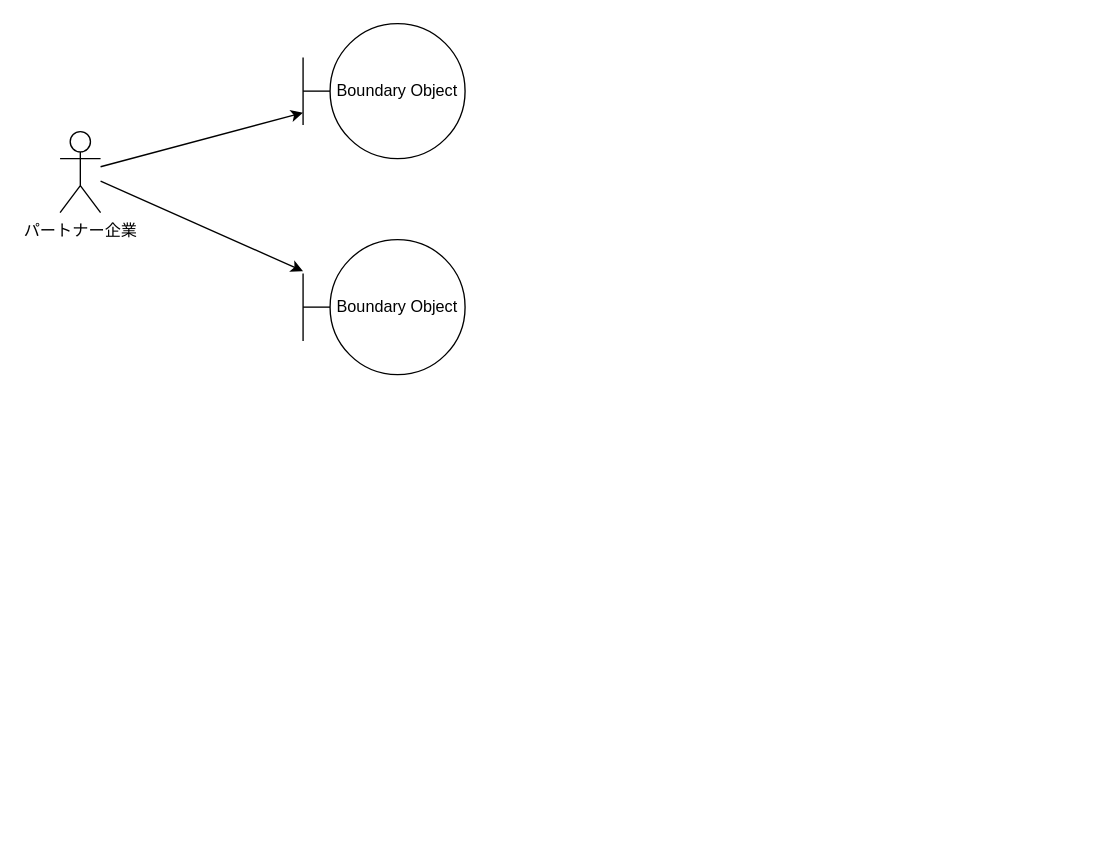
Earlier version of the draw.io diagram page "ログアウト" (7 of 9) of out/ロバストネス図/パートナー企業-ロバストネス図.drawio (ksw2270227/GroupF). Source tidied: cells renumbered, new cells numbered last; positions are measured from the earlier drawing's top-left corner, leaving out a move shared by most shapes. Both pictures are drawn from the tidied source at 135%, with x=0, y=0 at pixel (59, 23).
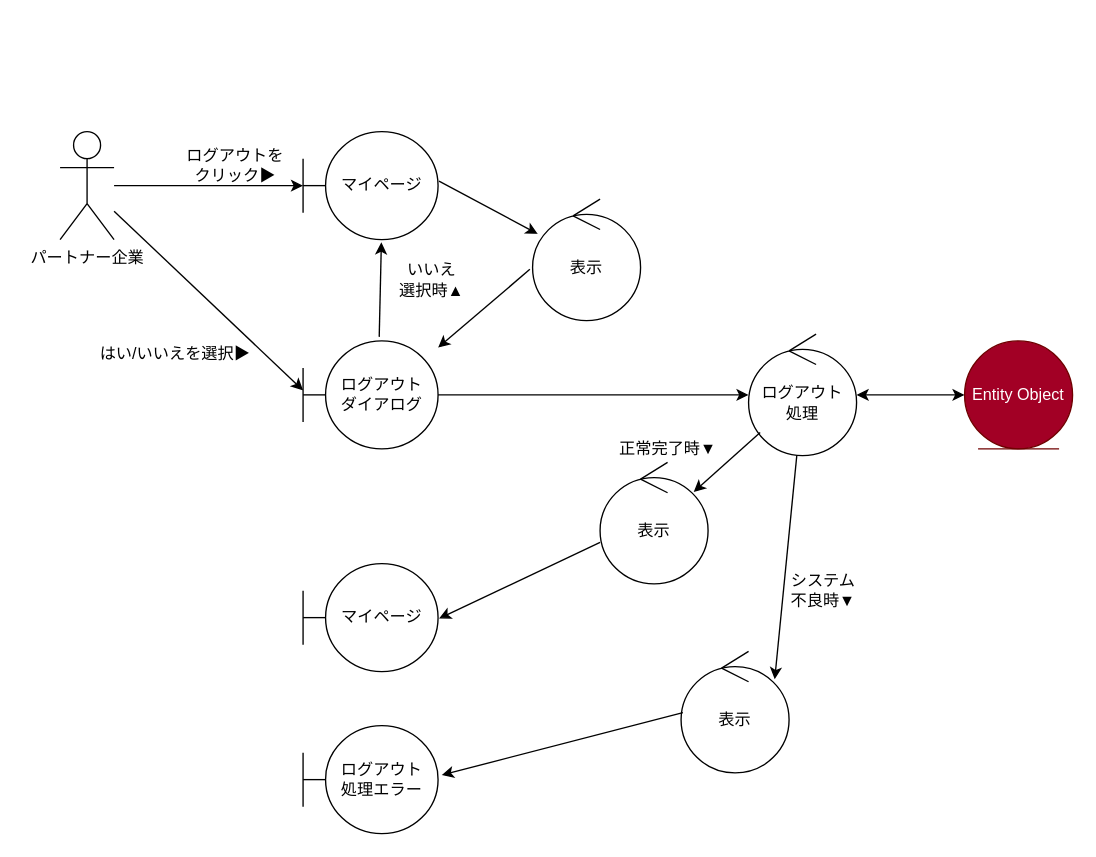
The same page after the edit.

Change to the diagram source:
```diff
@@
-    <mxCell id="2" style="edgeStyle=none;html=1;" parent="1" edge="1" source="4" target="6">
-      <mxGeometry relative="1" as="geometry" />
-    </mxCell>
-    <mxCell id="3" style="edgeStyle=none;html=1;" parent="1" edge="1" source="4" target="5">
-      <mxGeometry relative="1" as="geometry" />
-    </mxCell>
-    <mxCell id="4" value="パートナー企業" style="shape=umlActor;verticalLabelPosition=bottom;verticalAlign=top;html=1;" parent="1" vertex="1">
-      <mxGeometry y="80" width="30" height="60" as="geometry" />
+    <mxCell id="4" value="パートナー企業" style="shape=umlActor;verticalLabelPosition=bottom;verticalAlign=top;html=1;outlineConnect=0;" parent="1" vertex="1">
+      <mxGeometry y="80" width="40" height="80" as="geometry" />
     </mxCell>
-    <mxCell id="5" value="Boundary Object" style="shape=umlBoundary;whiteSpace=wrap;html=1;" parent="1" vertex="1">
-      <mxGeometry x="180" y="160" width="120" height="100" as="geometry" />
-    </mxCell>
-    <mxCell id="6" value="Boundary Object" style="shape=umlBoundary;whiteSpace=wrap;html=1;" parent="1" vertex="1">
-      <mxGeometry x="180" width="120" height="100" as="geometry" />
-    </mxCell>
+    <mxCell id="7" value="表示" style="ellipse;shape=umlControl;whiteSpace=wrap;html=1;" parent="1" vertex="1">
+      <mxGeometry x="350" y="130" width="80" height="90" as="geometry" />
+    </mxCell>
+    <mxCell id="8" value="Entity Object" style="ellipse;shape=umlEntity;whiteSpace=wrap;html=1;fillColor=#a20025;fontColor=#ffffff;strokeColor=#6F0000;" parent="1" vertex="1">
+      <mxGeometry x="670" y="235" width="80" height="80" as="geometry" />
+    </mxCell>
+    <mxCell id="9" value="マイページ" style="shape=umlBoundary;whiteSpace=wrap;html=1;" parent="1" vertex="1">
+      <mxGeometry x="180" y="80" width="100" height="80" as="geometry" />
+    </mxCell>
+    <mxCell id="10" value="マイページ" style="shape=umlBoundary;whiteSpace=wrap;html=1;" parent="1" vertex="1">
+      <mxGeometry x="180" y="400" width="100" height="80" as="geometry" />
+    </mxCell>
+    <mxCell id="11" style="edgeStyle=none;html=1;" parent="1" edge="1" source="12" target="14">
+      <mxGeometry relative="1" as="geometry" />
+    </mxCell>
+    <mxCell id="12" value="ログアウト&lt;br&gt;ダイアログ" style="shape=umlBoundary;whiteSpace=wrap;html=1;" parent="1" vertex="1">
+      <mxGeometry x="180" y="235" width="100" height="80" as="geometry" />
+    </mxCell>
+    <mxCell id="13" value="表示" style="ellipse;shape=umlControl;whiteSpace=wrap;html=1;" parent="1" vertex="1">
+      <mxGeometry x="400" y="325" width="80" height="90" as="geometry" />
+    </mxCell>
+    <mxCell id="14" value="ログアウト&lt;br&gt;処理" style="ellipse;shape=umlControl;whiteSpace=wrap;html=1;" parent="1" vertex="1">
+      <mxGeometry x="510" y="230" width="80" height="90" as="geometry" />
+    </mxCell>
+    <mxCell id="15" style="endArrow=classic;html=1;" parent="1" edge="1" source="4">
+      <mxGeometry relative="1" as="geometry">
+        <mxPoint x="180" y="120" as="targetPoint" />
+      </mxGeometry>
+    </mxCell>
+    <mxCell id="16" style="endArrow=classic;html=1;exitX=1.007;exitY=0.458;exitDx=0;exitDy=0;exitPerimeter=0;" parent="1" edge="1" source="9" target="7">
+      <mxGeometry relative="1" as="geometry" />
+    </mxCell>
+    <mxCell id="17" style="endArrow=classic;startArrow=classic;html=1;entryX=0;entryY=0.5;entryDx=0;entryDy=0;" parent="1" edge="1" source="14" target="8">
+      <mxGeometry relative="1" as="geometry" />
+    </mxCell>
+    <mxCell id="18" style="endArrow=classic;html=1;exitX=-0.025;exitY=0.578;exitDx=0;exitDy=0;exitPerimeter=0;" parent="1" edge="1" source="7">
+      <mxGeometry relative="1" as="geometry">
+        <mxPoint x="280" y="240" as="targetPoint" />
+      </mxGeometry>
+    </mxCell>
+    <mxCell id="19" style="endArrow=classic;html=1;entryX=0.867;entryY=0.244;entryDx=0;entryDy=0;entryPerimeter=0;" parent="1" edge="1" source="14" target="13">
+      <mxGeometry relative="1" as="geometry" />
+    </mxCell>
+    <mxCell id="20" style="endArrow=classic;html=1;exitX=0;exitY=0.659;exitDx=0;exitDy=0;exitPerimeter=0;entryX=1.007;entryY=0.508;entryDx=0;entryDy=0;entryPerimeter=0;" parent="1" edge="1" source="13" target="10">
+      <mxGeometry relative="1" as="geometry" />
+    </mxCell>
+    <mxCell id="21" value="ログアウトを&lt;br&gt;クリック▶" style="text;html=1;strokeColor=none;fillColor=none;align=center;verticalAlign=middle;whiteSpace=wrap;rounded=0;" parent="1" vertex="1">
+      <mxGeometry x="80" y="90" width="100" height="30" as="geometry" />
+    </mxCell>
+    <mxCell id="22" value="表示" style="ellipse;shape=umlControl;whiteSpace=wrap;html=1;" parent="1" vertex="1">
+      <mxGeometry x="460" y="465" width="80" height="90" as="geometry" />
+    </mxCell>
+    <mxCell id="23" value="ログアウト&lt;br&gt;処理エラー" style="shape=umlBoundary;whiteSpace=wrap;html=1;" parent="1" vertex="1">
+      <mxGeometry x="180" y="520" width="100" height="80" as="geometry" />
+    </mxCell>
+    <mxCell id="24" style="endArrow=classic;html=1;entryX=1.027;entryY=0.458;entryDx=0;entryDy=0;entryPerimeter=0;exitX=0.017;exitY=0.504;exitDx=0;exitDy=0;exitPerimeter=0;" parent="1" edge="1" source="22" target="23">
+      <mxGeometry relative="1" as="geometry" />
+    </mxCell>
+    <mxCell id="25" style="endArrow=classic;html=1;entryX=0.867;entryY=0.23;entryDx=0;entryDy=0;entryPerimeter=0;" parent="1" edge="1" source="14" target="22">
+      <mxGeometry relative="1" as="geometry" />
+    </mxCell>
+    <mxCell id="26" value="システム&lt;br&gt;不良時▼" style="text;html=1;align=center;verticalAlign=middle;strokeColor=none;fillColor=none;" parent="1" vertex="1">
+      <mxGeometry x="530" y="400" width="70" height="40" as="geometry" />
+    </mxCell>
+    <mxCell id="27" value="正常完了時▼" style="text;html=1;align=center;verticalAlign=middle;strokeColor=none;fillColor=none;" parent="1" vertex="1">
+      <mxGeometry x="400" y="300" width="100" height="30" as="geometry" />
+    </mxCell>
+    <mxCell id="28" style="endArrow=classic;html=1;entryX=0.58;entryY=1.025;entryDx=0;entryDy=0;entryPerimeter=0;exitX=0.564;exitY=-0.037;exitDx=0;exitDy=0;exitPerimeter=0;" parent="1" edge="1" source="12" target="9">
+      <mxGeometry relative="1" as="geometry" />
+    </mxCell>
+    <mxCell id="29" style="endArrow=classic;html=1;entryX=0;entryY=0.458;entryDx=0;entryDy=0;entryPerimeter=0;" parent="1" edge="1" source="4" target="12">
+      <mxGeometry relative="1" as="geometry" />
+    </mxCell>
+    <mxCell id="30" value="はい/いいえを選択▶" style="text;html=1;align=center;verticalAlign=middle;strokeColor=none;fillColor=none;" parent="1" vertex="1">
+      <mxGeometry x="20" y="230" width="130" height="30" as="geometry" />
+    </mxCell>
+    <mxCell id="31" value="いいえ&lt;br&gt;選択時▲" style="text;html=1;align=center;verticalAlign=middle;strokeColor=none;fillColor=none;" parent="1" vertex="1">
+      <mxGeometry x="240" y="170" width="70" height="40" as="geometry" />
+    </mxCell>
```
